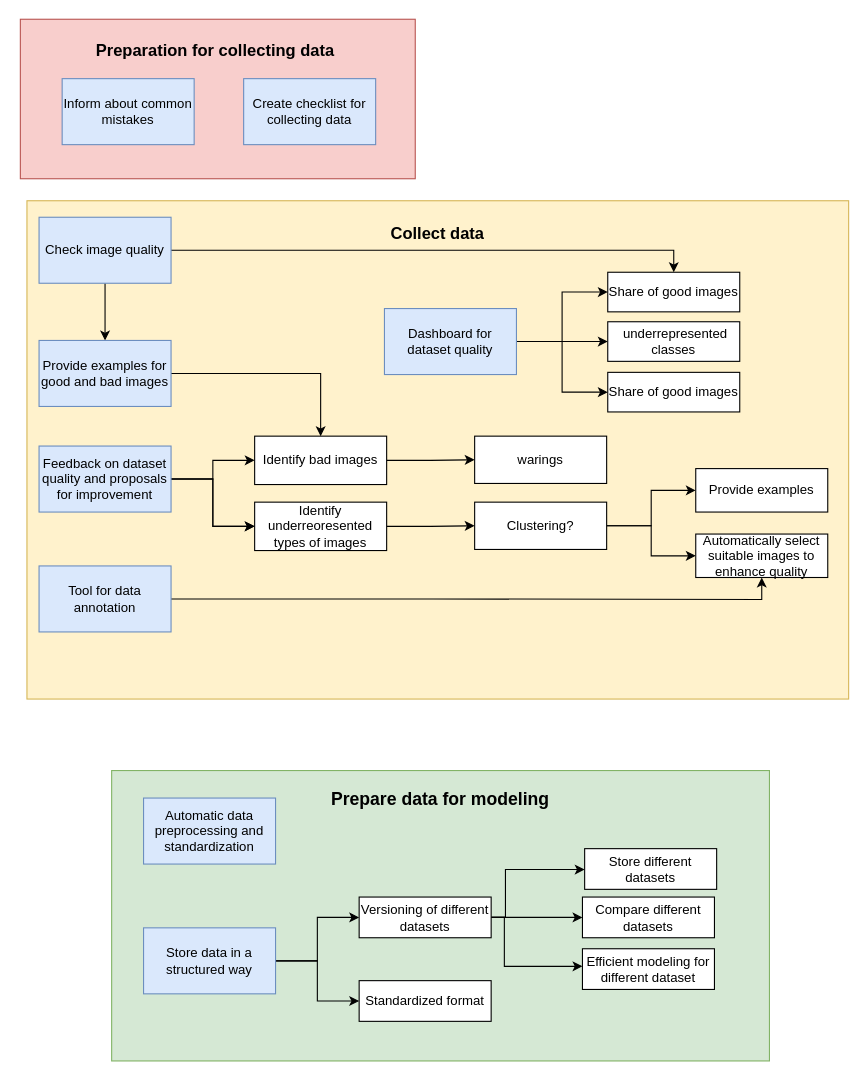
jwiggerthale/Safe_AutoML keeps this draw.io diagram as page "Basic Requirements" (1 of 2) of DataCollection.drawio. Above is the earlier version. Source tidied: cells renumbered, new cells numbered last; positions are measured from the earlier drawing's top-left corner, leaving out a move shared by most shapes. Both pictures are drawn from the tidied source at 110%, with x=0, y=0 at pixel (20, 19).
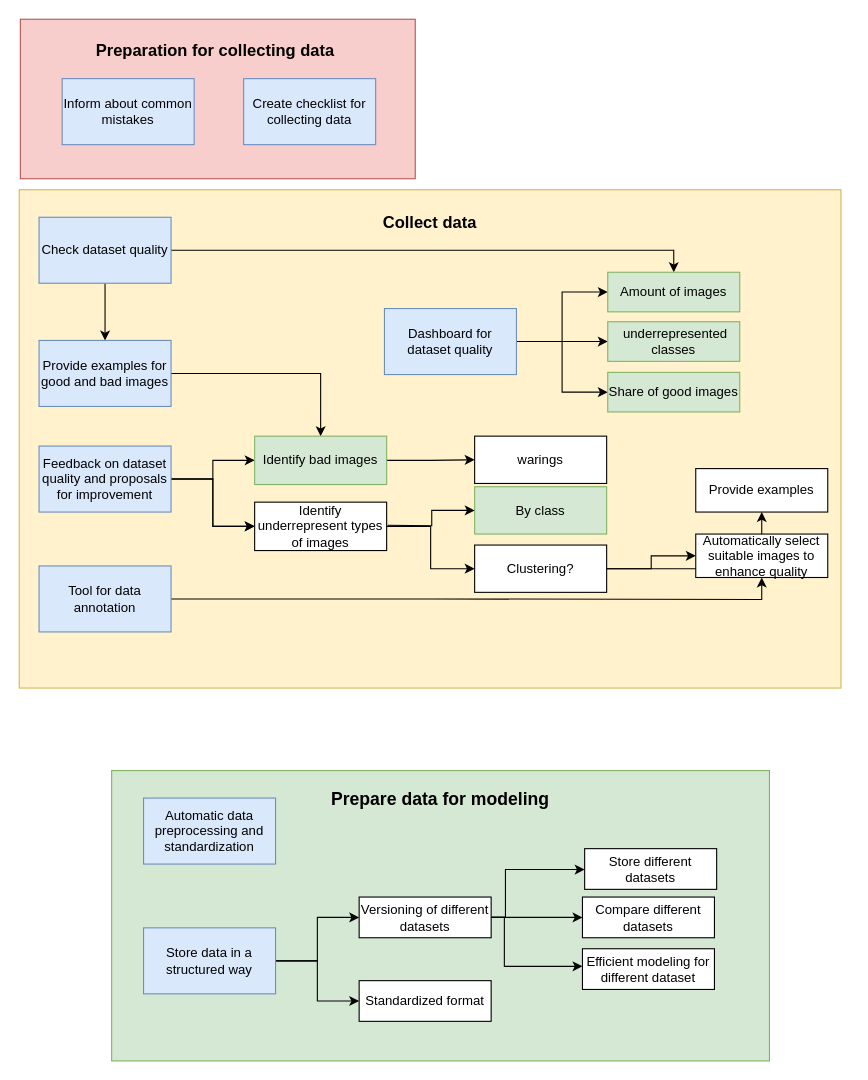
Above is the later version.

Change to the diagram source:
```diff
@@
     <mxCell id="3" value="Collect data&lt;div&gt;&lt;br&gt;&lt;/div&gt;&lt;div&gt;&lt;br&gt;&lt;/div&gt;&lt;div&gt;&lt;br&gt;&lt;/div&gt;&lt;div&gt;&lt;br&gt;&lt;/div&gt;&lt;div&gt;&lt;br&gt;&lt;/div&gt;&lt;div&gt;&lt;br&gt;&lt;/div&gt;&lt;div&gt;&lt;br&gt;&lt;/div&gt;&lt;div&gt;&lt;br&gt;&lt;/div&gt;&lt;div&gt;&lt;br&gt;&lt;/div&gt;&lt;div&gt;&lt;br&gt;&lt;/div&gt;&lt;div&gt;&lt;br&gt;&lt;/div&gt;&lt;div&gt;&lt;br&gt;&lt;/div&gt;&lt;div&gt;&lt;br&gt;&lt;/div&gt;&lt;div&gt;&lt;br&gt;&lt;/div&gt;&lt;div&gt;&lt;br&gt;&lt;/div&gt;&lt;div&gt;&lt;br&gt;&lt;/div&gt;&lt;div&gt;&lt;br&gt;&lt;/div&gt;&lt;div&gt;&lt;br&gt;&lt;/div&gt;&lt;div&gt;&lt;br&gt;&lt;/div&gt;&lt;div&gt;&lt;br&gt;&lt;/div&gt;&lt;div&gt;&lt;br&gt;&lt;/div&gt;&lt;div&gt;&lt;br&gt;&lt;/div&gt;" style="rounded=0;whiteSpace=wrap;html=1;fillColor=#fff2cc;strokeColor=#d6b656;fontSize=15;fontStyle=1;" parent="1" vertex="1">
-      <mxGeometry x="6" y="165" width="747" height="453" as="geometry" />
+      <mxGeometry x="-1" y="155" width="747" height="453" as="geometry" />
     </mxCell>
@@
-    <mxCell id="7" value="Check image quality" style="rounded=0;whiteSpace=wrap;html=1;fillColor=#dae8fc;strokeColor=#6c8ebf;" parent="1" vertex="1">
+    <mxCell id="7" value="Check dataset quality" style="rounded=0;whiteSpace=wrap;html=1;fillColor=#dae8fc;strokeColor=#6c8ebf;" parent="1" vertex="1">
       <mxGeometry x="17" y="180" width="120" height="60" as="geometry" />
     </mxCell>
@@
-    <mxCell id="31" value="Identify underreoresented types of images" style="whiteSpace=wrap;html=1;rounded=0;" parent="1" vertex="1">
+    <mxCell id="31" value="Identify underrepresent types of images" style="whiteSpace=wrap;html=1;rounded=0;" parent="1" vertex="1">
       <mxGeometry x="213" y="439" width="120" height="44" as="geometry" />
     </mxCell>
@@
     <mxCell id="34" value="Clustering?" style="whiteSpace=wrap;html=1;rounded=0;" parent="1" vertex="1">
-      <mxGeometry x="413" y="439" width="120" height="43" as="geometry" />
+      <mxGeometry x="413" y="478" width="120" height="43" as="geometry" />
     </mxCell>
@@
-    <mxCell id="36" value="Identify bad images" style="whiteSpace=wrap;html=1;rounded=0;" parent="1" vertex="1">
+    <mxCell id="36" value="Identify bad images" style="whiteSpace=wrap;html=1;rounded=0;fillColor=#d5e8d4;strokeColor=#82b366;" parent="1" vertex="1">
       <mxGeometry x="213" y="379" width="120" height="44" as="geometry" />
     </mxCell>
@@
-    <mxCell id="39" value="Share of good images" style="rounded=0;whiteSpace=wrap;html=1;" parent="1" vertex="1">
+    <mxCell id="39" value="Amount of images" style="rounded=0;whiteSpace=wrap;html=1;fillColor=#d5e8d4;strokeColor=#82b366;" parent="1" vertex="1">
       <mxGeometry x="534" y="230" width="120" height="36" as="geometry" />
     </mxCell>
-    <mxCell id="40" value="&amp;nbsp;underrepresented classes" style="rounded=0;whiteSpace=wrap;html=1;" parent="1" vertex="1">
+    <mxCell id="40" value="&amp;nbsp;underrepresented classes" style="rounded=0;whiteSpace=wrap;html=1;fillColor=#d5e8d4;strokeColor=#82b366;" parent="1" vertex="1">
       <mxGeometry x="534" y="275" width="120" height="36" as="geometry" />
     </mxCell>
@@
-    <mxCell id="42" value="Share of good images" style="rounded=0;whiteSpace=wrap;html=1;" parent="1" vertex="1">
+    <mxCell id="42" value="Share of good images" style="rounded=0;whiteSpace=wrap;html=1;fillColor=#d5e8d4;strokeColor=#82b366;" parent="1" vertex="1">
       <mxGeometry x="534" y="321" width="120" height="36" as="geometry" />
     </mxCell>
@@
+    <mxCell id="47" value="By class" style="whiteSpace=wrap;html=1;rounded=0;fillColor=#d5e8d4;strokeColor=#82b366;" parent="1" vertex="1">
+      <mxGeometry x="413" y="425" width="120" height="43" as="geometry" />
+    </mxCell>
+    <mxCell id="48" style="edgeStyle=orthogonalEdgeStyle;rounded=0;jettySize=auto;html=1;entryX=0;entryY=0.5;entryDx=0;entryDy=0;" parent="1" edge="1" target="47">
+      <mxGeometry relative="1" as="geometry">
+        <mxPoint x="334" y="460" as="sourcePoint" />
+      </mxGeometry>
+    </mxCell>
```
